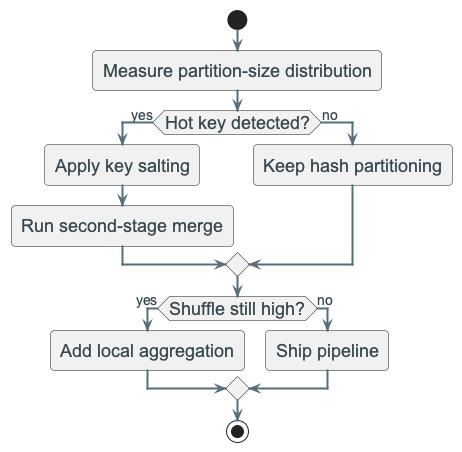
The PlantUML diagram diagrams/week03/week3_skew_mitigation_activity.png in OrPerets/data-engineering-course, before a commit.
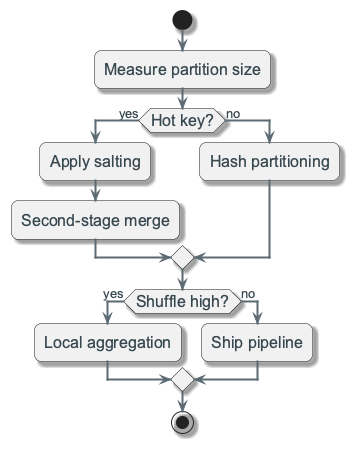
Later version of the same file.

Diff of the diagram source:
```diff
@@ -1,16 +1,17 @@
 @startuml
 !include ../_template_styles.puml
+!include _week3_visual_style.puml
 
 start
-:Measure partition-size distribution;
-if (Hot key detected?) then (yes)
-  :Apply key salting;
-  :Run second-stage merge;
+:Measure partition size;
+if (Hot key?) then (yes)
+  :Apply salting;
+  :Second-stage merge;
 else (no)
-  :Keep hash partitioning;
+  :Hash partitioning;
 endif
-if (Shuffle still high?) then (yes)
-  :Add local aggregation;
+if (Shuffle high?) then (yes)
+  :Local aggregation;
 else (no)
   :Ship pipeline;
 endif
```
